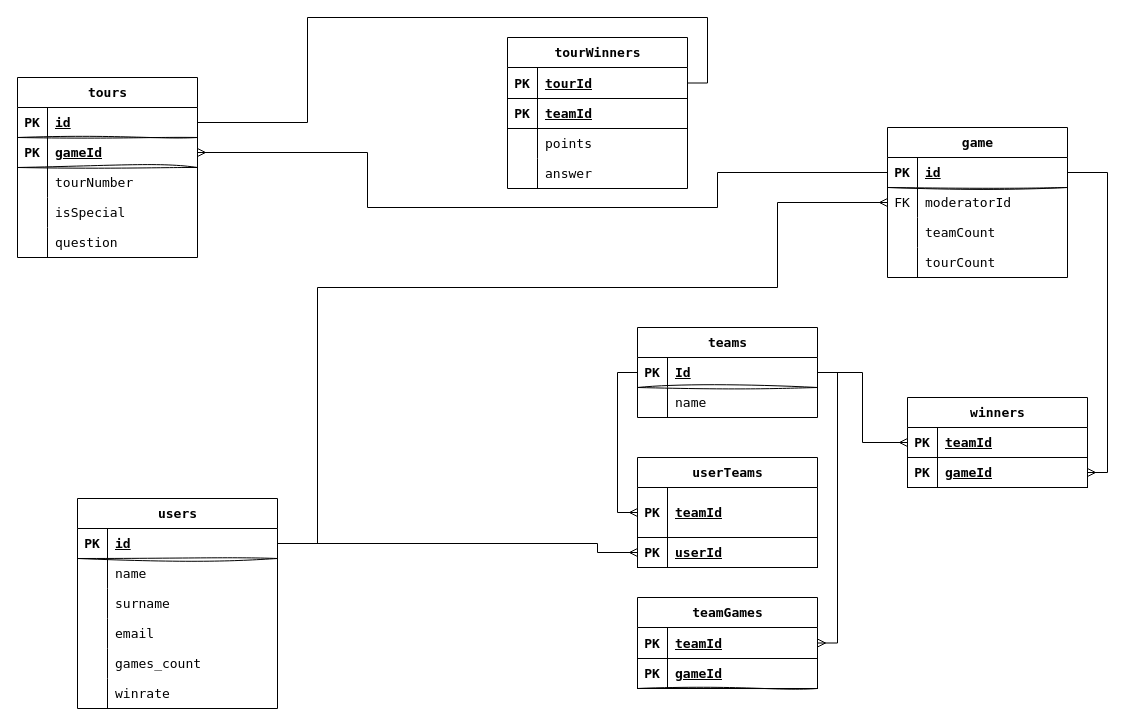
EShendelev/all-as-one keeps this draw.io diagram as page "Схема данных" (1 of 2) of data-scheme.drawio. Above is the earlier version. Source tidied: cells renumbered, new cells numbered last; positions are measured from the earlier drawing's top-left corner, leaving out a move shared by most shapes. Both pictures are drawn from the tidied source at 100%, with x=0, y=0 at pixel (17, 17).
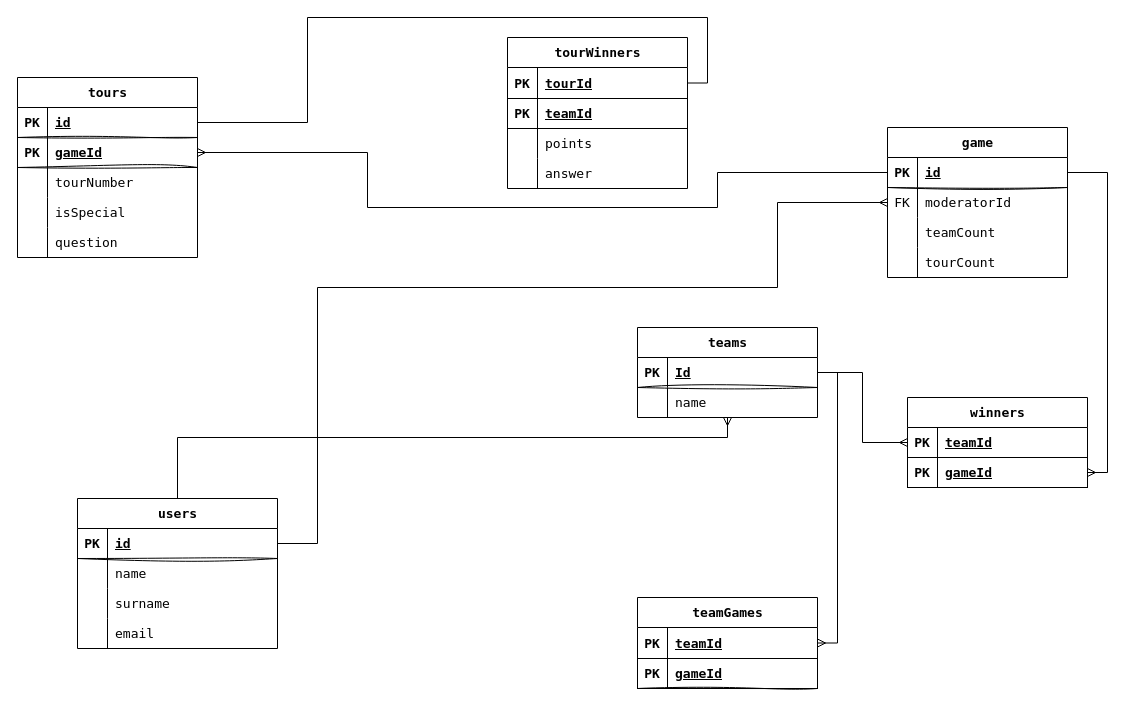
After the change.

The change refers to these unchanged cells:
```xml
<mxCell id="16" style="shape=tableRow;horizontal=0;startSize=0;swimlaneHead=0;swimlaneBody=0;fillColor=none;points=[[0,0.5],[1,0.5]];portConstraint=eastwest;top=0;left=0;right=0;bottom=1;sketch=1;curveFitting=1;jiggle=2;rounded=1;fontFamily=Lucida Console;labelBorderColor=none;textShadow=0;fontSize=13;" parent="15" vertex="1">
  <mxGeometry y="30" width="200" height="30" as="geometry" />
</mxCell>
<mxCell id="50" value="teams" style="shape=table;startSize=30;childLayout=tableLayout;rowLines=0;fontStyle=1;align=center;html=1;rounded=0;fontFamily=Lucida Console;labelBorderColor=none;textShadow=0;fontSize=13;" parent="1" vertex="1">
  <mxGeometry x="620" y="310" width="180" height="90" as="geometry" />
</mxCell>
<mxCell id="51" style="shape=tableRow;horizontal=0;startSize=0;swimlaneHead=0;swimlaneBody=0;fillColor=none;points=[[0,0.5],[1,0.5]];portConstraint=eastwest;top=0;left=0;right=0;bottom=1;sketch=1;curveFitting=1;jiggle=2;rounded=1;fontFamily=Lucida Console;labelBorderColor=none;textShadow=0;fontSize=13;" parent="50" vertex="1">
  <mxGeometry y="30" width="180" height="30" as="geometry" />
</mxCell>
```

Change to the diagram source:
```diff
@@
     <mxCell id="15" value="users" style="shape=table;startSize=30;childLayout=tableLayout;rowLines=0;fontStyle=1;align=center;html=1;rounded=0;fontFamily=Lucida Console;labelBorderColor=none;textShadow=0;fontSize=13;" parent="1" vertex="1">
-      <mxGeometry x="60" y="481" width="200" height="210" as="geometry" />
+      <mxGeometry x="60" y="481" width="200" height="150" as="geometry" />
     </mxCell>
@@
-    <mxCell id="28" style="shape=tableRow;horizontal=0;startSize=0;swimlaneHead=0;swimlaneBody=0;fillColor=none;top=0;left=0;right=0;bottom=0;sketch=1;curveFitting=1;jiggle=2;rounded=1;fontFamily=Lucida Console;labelBorderColor=none;textShadow=0;fontSize=13;" parent="15" vertex="1">
-      <mxGeometry y="150" width="200" height="30" as="geometry" />
-    </mxCell>
-    <mxCell id="29" style="shape=partialRectangle;fillColor=none;top=0;left=0;bottom=0;right=0;overflow=hidden;whiteSpace=wrap;html=1;sketch=1;curveFitting=1;jiggle=2;rounded=1;fontFamily=Lucida Console;labelBorderColor=none;textShadow=0;fontSize=13;" parent="28" vertex="1">
-      <mxGeometry width="30" height="30" as="geometry" />
-    </mxCell>
-    <mxCell id="30" value="games_count" style="shape=partialRectangle;fillColor=none;top=0;left=0;bottom=0;right=0;align=left;spacingLeft=6;overflow=hidden;whiteSpace=wrap;html=1;sketch=1;curveFitting=1;jiggle=2;rounded=1;fontFamily=Lucida Console;labelBorderColor=none;textShadow=0;fontSize=13;" parent="28" vertex="1">
-      <mxGeometry x="30" width="170" height="30" as="geometry" />
-    </mxCell>
-    <mxCell id="31" style="shape=tableRow;horizontal=0;startSize=0;swimlaneHead=0;swimlaneBody=0;fillColor=none;top=0;left=0;right=0;bottom=0;sketch=1;curveFitting=1;jiggle=2;rounded=1;fontFamily=Lucida Console;labelBorderColor=none;textShadow=0;fontSize=13;" parent="15" vertex="1">
-      <mxGeometry y="180" width="200" height="30" as="geometry" />
-    </mxCell>
-    <mxCell id="32" style="shape=partialRectangle;fillColor=none;top=0;left=0;bottom=0;right=0;overflow=hidden;whiteSpace=wrap;html=1;sketch=1;curveFitting=1;jiggle=2;rounded=1;fontFamily=Lucida Console;labelBorderColor=none;textShadow=0;fontSize=13;" parent="31" vertex="1">
-      <mxGeometry width="30" height="30" as="geometry" />
-    </mxCell>
-    <mxCell id="33" value="winrate" style="shape=partialRectangle;fillColor=none;top=0;left=0;bottom=0;right=0;align=left;spacingLeft=6;overflow=hidden;whiteSpace=wrap;html=1;sketch=1;curveFitting=1;jiggle=2;rounded=1;fontFamily=Lucida Console;labelBorderColor=none;textShadow=0;fontSize=13;" parent="31" vertex="1">
-      <mxGeometry x="30" width="170" height="30" as="geometry" />
-    </mxCell>
@@
+    <mxCell id="99" style="edgeStyle=orthogonalEdgeStyle;rounded=0;jettySize=auto;html=1;entryX=0.5;entryY=0;entryDx=0;entryDy=0;endArrow=none;endFill=0;startArrow=ERmany;startFill=0;" parent="1" edge="1" source="50" target="15">
+      <mxGeometry relative="1" as="geometry">
+        <Array as="points">
+          <mxPoint x="710" y="420" />
+          <mxPoint x="160" y="420" />
+        </Array>
+      </mxGeometry>
+    </mxCell>
@@
-    <mxCell id="77" value="userTeams" style="shape=table;startSize=30;childLayout=tableLayout;rowLines=0;fontStyle=1;align=center;html=1;rounded=0;fontFamily=Lucida Console;labelBorderColor=none;textShadow=0;fontSize=13;swimlaneLine=1;" parent="1" vertex="1">
-      <mxGeometry x="620" y="440" width="180" height="110" as="geometry" />
-    </mxCell>
-    <mxCell id="78" style="shape=tableRow;horizontal=0;startSize=0;swimlaneHead=0;swimlaneBody=0;fillColor=none;points=[[0,0.5],[1,0.5]];portConstraint=eastwest;top=0;left=0;right=0;bottom=1;rounded=1;fontFamily=Lucida Console;labelBorderColor=none;textShadow=0;fontSize=13;" parent="77" vertex="1">
-      <mxGeometry y="30" width="180" height="50" as="geometry" />
-    </mxCell>
-    <mxCell id="79" value="PK" style="shape=partialRectangle;fillColor=none;top=0;left=0;bottom=0;right=0;fontStyle=1;overflow=hidden;whiteSpace=wrap;html=1;sketch=1;curveFitting=1;jiggle=2;rounded=1;fontFamily=Lucida Console;labelBorderColor=none;textShadow=0;fontSize=13;" parent="78" vertex="1">
-      <mxGeometry width="30" height="50" as="geometry" />
-    </mxCell>
-    <mxCell id="80" value="teamId" style="shape=partialRectangle;fillColor=none;top=0;left=0;bottom=0;right=0;align=left;spacingLeft=6;fontStyle=5;overflow=hidden;whiteSpace=wrap;html=1;rounded=1;fontFamily=Lucida Console;labelBorderColor=none;textShadow=0;fontSize=13;" parent="78" vertex="1">
-      <mxGeometry x="30" width="150" height="50" as="geometry" />
-    </mxCell>
-    <mxCell id="81" style="shape=tableRow;horizontal=0;startSize=0;swimlaneHead=0;swimlaneBody=0;fillColor=none;points=[[0,0.5],[1,0.5]];portConstraint=eastwest;top=0;left=0;right=0;bottom=1;rounded=1;fontFamily=Lucida Console;labelBorderColor=none;textShadow=0;fontSize=13;" parent="77" vertex="1">
-      <mxGeometry y="80" width="180" height="30" as="geometry" />
-    </mxCell>
-    <mxCell id="82" value="PK" style="shape=partialRectangle;fillColor=none;top=0;left=0;bottom=0;right=0;fontStyle=1;overflow=hidden;whiteSpace=wrap;html=1;sketch=1;curveFitting=1;jiggle=2;rounded=1;fontFamily=Lucida Console;labelBorderColor=none;textShadow=0;fontSize=13;" parent="81" vertex="1">
-      <mxGeometry width="30" height="30" as="geometry" />
-    </mxCell>
-    <mxCell id="83" value="userId" style="shape=partialRectangle;fillColor=none;top=0;left=0;bottom=0;right=0;align=left;spacingLeft=6;fontStyle=5;overflow=hidden;whiteSpace=wrap;html=1;rounded=1;fontFamily=Lucida Console;labelBorderColor=none;textShadow=0;fontSize=13;" parent="81" vertex="1">
-      <mxGeometry x="30" width="150" height="30" as="geometry" />
-    </mxCell>
@@
-    <mxCell id="91" style="edgeStyle=orthogonalEdgeStyle;rounded=0;jettySize=auto;html=1;exitX=1;exitY=0.5;exitDx=0;exitDy=0;entryX=0;entryY=0.5;entryDx=0;entryDy=0;fontFamily=Lucida Console;fontSize=13;fontColor=default;fontStyle=1;labelBorderColor=none;endArrow=ERmany;endFill=0;strokeWidth=1;" parent="1" edge="1" source="16" target="81">
-      <mxGeometry relative="1" as="geometry">
-        <Array as="points">
-          <mxPoint x="580" y="526" />
-          <mxPoint x="580" y="535" />
-        </Array>
-      </mxGeometry>
-    </mxCell>
-    <mxCell id="92" style="edgeStyle=orthogonalEdgeStyle;rounded=0;jettySize=auto;html=1;exitX=0;exitY=0.5;exitDx=0;exitDy=0;entryX=0;entryY=0.5;entryDx=0;entryDy=0;fontFamily=Lucida Console;fontSize=13;fontColor=default;fontStyle=1;labelBorderColor=none;endArrow=ERmany;endFill=0;" parent="1" edge="1" source="51" target="78">
-      <mxGeometry relative="1" as="geometry" />
-    </mxCell>
```
